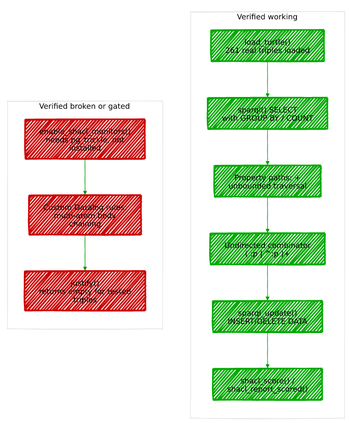
chrislee35/postgresql-beyond-relational-lab-book keeps this Mermaid diagram as imgs/ch22_verified_capabilities.png. Above is the earlier version. Its source is kept beside it as diagrams/ch22_verified_capabilities.mmd.
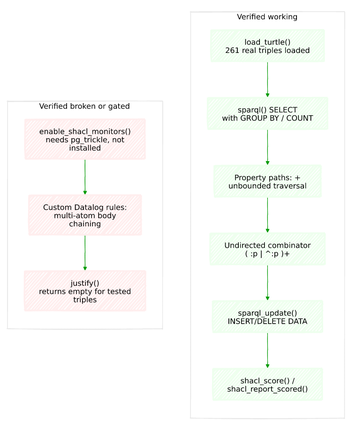
The same file after the commit.

Change to the diagram source:
```diff
@@ -18,7 +18,7 @@
         B1 --> B2 --> B3
     end
 
-    classDef ok stroke:#0a0,stroke-width:3px,color:#000
-    classDef bad stroke:#c00,stroke-width:3px,color:#000
+    classDef ok stroke:#efe,stroke-width:3px,color:#000
+    classDef bad stroke:#fee,stroke-width:3px,color:#000
     class W1,W2,W3,W4,W5,W6 ok
     class B1,B2,B3 bad
```
